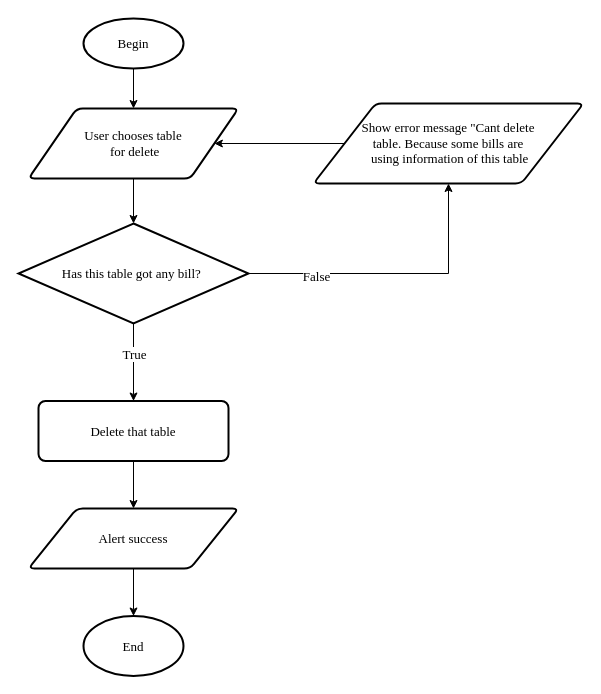
Above: page "Delete Table" (16 of 20) of document/diagram/flowchart.drawio in daomtthuan/do-an (draw.io), before the change. Source tidied: cells renumbered, new cells numbered last; positions are measured from the earlier drawing's top-left corner, leaving out a move shared by most shapes. Both pictures are drawn from the tidied source at 100%, with x=0, y=0 at pixel (18, 18).
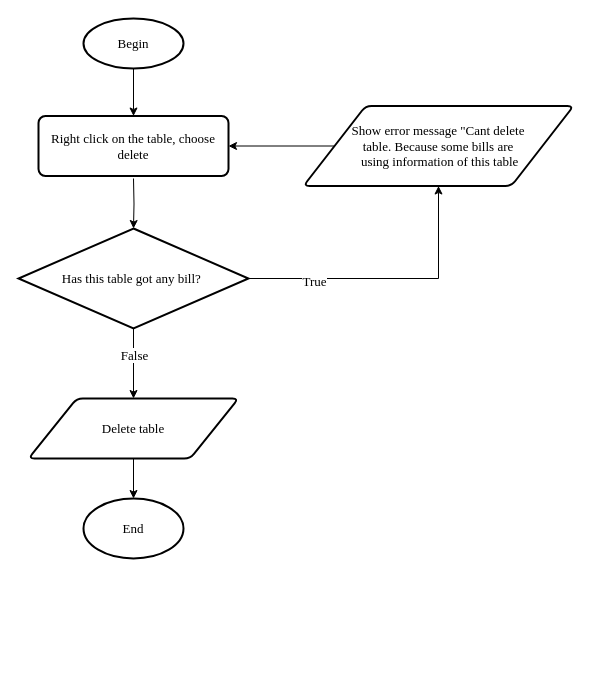
The same page after the edit.

What changed in the source:
```diff
@@
 <mxGraphModel>
   <root>
     <mxCell id="0" />
     <mxCell id="1" parent="0" />
-    <mxCell id="2" style="edgeStyle=orthogonalEdgeStyle;rounded=0;jettySize=auto;html=1;exitX=0.5;exitY=1;exitDx=0;exitDy=0;exitPerimeter=0;fontFamily=Times New Roman;fontSize=13;" parent="1" edge="1" source="3" target="5">
+    <mxCell id="2" style="edgeStyle=orthogonalEdgeStyle;rounded=0;jettySize=auto;html=1;exitX=0.5;exitY=1;exitDx=0;exitDy=0;exitPerimeter=0;fontFamily=Times New Roman;fontSize=13;entryX=0.5;entryY=0;entryDx=0;entryDy=0;" parent="1" edge="1" source="3" target="18">
       <mxGeometry relative="1" as="geometry" />
     </mxCell>
     <mxCell id="3" value="&lt;font face=&quot;Times New Roman&quot; style=&quot;font-size: 13px&quot;&gt;Begin&lt;/font&gt;" style="strokeWidth=2;html=1;shape=mxgraph.flowchart.start_1;whiteSpace=wrap;" parent="1" vertex="1">
       <mxGeometry x="65" width="100" height="50" as="geometry" />
     </mxCell>
-    <mxCell id="4" style="edgeStyle=orthogonalEdgeStyle;rounded=0;jettySize=auto;html=1;exitX=0.5;exitY=1;exitDx=0;exitDy=0;entryX=0.5;entryY=0;entryDx=0;entryDy=0;entryPerimeter=0;fontFamily=Times New Roman;fontSize=13;" parent="1" edge="1" source="5" target="10">
-      <mxGeometry relative="1" as="geometry" />
+    <mxCell id="4" style="edgeStyle=orthogonalEdgeStyle;rounded=0;jettySize=auto;html=1;exitX=0.5;exitY=1;exitDx=0;exitDy=0;entryX=0.5;entryY=0;entryDx=0;entryDy=0;entryPerimeter=0;fontFamily=Times New Roman;fontSize=13;" parent="1" edge="1" target="10">
+      <mxGeometry relative="1" as="geometry">
+        <mxPoint x="115" y="160" as="sourcePoint" />
+      </mxGeometry>
     </mxCell>
-    <mxCell id="5" value="&lt;font face=&quot;Times New Roman&quot; style=&quot;font-size: 13px&quot;&gt;User chooses table&lt;br&gt;&amp;nbsp;for delete&lt;/font&gt;" style="shape=parallelogram;html=1;strokeWidth=2;perimeter=parallelogramPerimeter;whiteSpace=wrap;rounded=1;arcSize=12;size=0.23;" parent="1" vertex="1">
-      <mxGeometry x="10" y="90" width="210" height="70" as="geometry" />
-    </mxCell>
     <mxCell id="6" style="edgeStyle=orthogonalEdgeStyle;rounded=0;jettySize=auto;html=1;exitX=1;exitY=0.5;exitDx=0;exitDy=0;exitPerimeter=0;entryX=0.5;entryY=1;entryDx=0;entryDy=0;fontFamily=Times New Roman;fontSize=13;" parent="1" edge="1" source="10" target="17">
       <mxGeometry relative="1" as="geometry" />
     </mxCell>
-    <mxCell id="7" value="False" style="text;html=1;align=center;verticalAlign=middle;labelBackgroundColor=#ffffff;fontSize=13;fontFamily=Times New Roman;" parent="6" vertex="1">
+    <mxCell id="7" value="True" style="text;html=1;align=center;verticalAlign=middle;labelBackgroundColor=#ffffff;fontSize=13;fontFamily=Times New Roman;" parent="6" vertex="1">
       <mxGeometry x="-0.54" y="-2" relative="1" as="geometry" />
     </mxCell>
-    <mxCell id="8" style="edgeStyle=orthogonalEdgeStyle;rounded=0;jettySize=auto;html=1;exitX=0.5;exitY=1;exitDx=0;exitDy=0;exitPerimeter=0;entryX=0.5;entryY=0;entryDx=0;entryDy=0;fontFamily=Times New Roman;fontSize=13;" parent="1" edge="1" source="10" target="12">
+    <mxCell id="8" style="edgeStyle=orthogonalEdgeStyle;rounded=0;jettySize=auto;html=1;exitX=0.5;exitY=1;exitDx=0;exitDy=0;exitPerimeter=0;entryX=0.5;entryY=0;entryDx=0;entryDy=0;fontFamily=Times New Roman;fontSize=13;" parent="1" edge="1" source="10" target="14">
       <mxGeometry relative="1" as="geometry" />
     </mxCell>
-    <mxCell id="9" value="True" style="text;html=1;align=center;verticalAlign=middle;labelBackgroundColor=#ffffff;fontSize=13;fontFamily=Times New Roman;" parent="8" vertex="1">
+    <mxCell id="9" value="False" style="text;html=1;align=center;verticalAlign=middle;labelBackgroundColor=#ffffff;fontSize=13;fontFamily=Times New Roman;" parent="8" vertex="1">
       <mxGeometry x="0.25" y="-1" relative="1" as="geometry">
         <mxPoint x="1" y="-18" as="offset" />
       </mxGeometry>
     </mxCell>
     <mxCell id="10" value="Has this table got any bill?&amp;nbsp;" style="strokeWidth=2;html=1;shape=mxgraph.flowchart.decision;whiteSpace=wrap;fontFamily=Times New Roman;fontSize=13;" parent="1" vertex="1">
-      <mxGeometry y="205" width="230" height="100" as="geometry" />
+      <mxGeometry y="210" width="230" height="100" as="geometry" />
     </mxCell>
-    <mxCell id="11" style="edgeStyle=orthogonalEdgeStyle;rounded=0;jettySize=auto;html=1;exitX=0.5;exitY=1;exitDx=0;exitDy=0;entryX=0.5;entryY=0;entryDx=0;entryDy=0;fontFamily=Times New Roman;fontSize=13;" parent="1" edge="1" source="12" target="14">
-      <mxGeometry relative="1" as="geometry" />
-    </mxCell>
-    <mxCell id="12" value="Delete that table" style="rounded=1;whiteSpace=wrap;html=1;absoluteArcSize=1;arcSize=14;strokeWidth=2;fontFamily=Times New Roman;fontSize=13;" parent="1" vertex="1">
-      <mxGeometry x="20" y="382.5" width="190" height="60" as="geometry" />
-    </mxCell>
     <mxCell id="13" style="edgeStyle=orthogonalEdgeStyle;rounded=0;jettySize=auto;html=1;exitX=0.5;exitY=1;exitDx=0;exitDy=0;entryX=0.5;entryY=0;entryDx=0;entryDy=0;entryPerimeter=0;fontFamily=Times New Roman;fontSize=13;" parent="1" edge="1" source="14" target="15">
       <mxGeometry relative="1" as="geometry" />
     </mxCell>
-    <mxCell id="14" value="Alert success" style="shape=parallelogram;html=1;strokeWidth=2;perimeter=parallelogramPerimeter;whiteSpace=wrap;rounded=1;arcSize=12;size=0.23;fontFamily=Times New Roman;fontSize=13;" parent="1" vertex="1">
-      <mxGeometry x="10" y="490" width="210" height="60" as="geometry" />
+    <mxCell id="14" value="Delete table" style="shape=parallelogram;html=1;strokeWidth=2;perimeter=parallelogramPerimeter;whiteSpace=wrap;rounded=1;arcSize=12;size=0.23;fontFamily=Times New Roman;fontSize=13;" parent="1" vertex="1">
+      <mxGeometry x="10" y="380" width="210" height="60" as="geometry" />
     </mxCell>
     <mxCell id="15" value="End" style="strokeWidth=2;html=1;shape=mxgraph.flowchart.start_1;whiteSpace=wrap;fontFamily=Times New Roman;fontSize=13;" parent="1" vertex="1">
-      <mxGeometry x="65" y="597.5" width="100" height="60" as="geometry" />
+      <mxGeometry x="65" y="480" width="100" height="60" as="geometry" />
     </mxCell>
-    <mxCell id="16" style="edgeStyle=orthogonalEdgeStyle;rounded=0;jettySize=auto;html=1;entryX=1;entryY=0.5;entryDx=0;entryDy=0;fontFamily=Times New Roman;fontSize=13;" parent="1" edge="1" source="17" target="5">
+    <mxCell id="16" style="edgeStyle=orthogonalEdgeStyle;rounded=0;jettySize=auto;html=1;entryX=1;entryY=0.5;entryDx=0;entryDy=0;fontFamily=Times New Roman;fontSize=13;" parent="1" edge="1" source="17" target="18">
       <mxGeometry relative="1" as="geometry" />
     </mxCell>
     <mxCell id="17" value="Show error message &quot;Cant delete &lt;br&gt;table. Because some bills are&lt;br&gt;&amp;nbsp;using information of this table" style="shape=parallelogram;html=1;strokeWidth=2;perimeter=parallelogramPerimeter;whiteSpace=wrap;rounded=1;arcSize=12;size=0.23;fontFamily=Times New Roman;fontSize=13;" parent="1" vertex="1">
-      <mxGeometry x="295" y="85" width="270" height="80" as="geometry" />
+      <mxGeometry x="285" y="87.5" width="270" height="80" as="geometry" />
     </mxCell>
+    <mxCell id="18" value="Right click on the table, choose delete" style="rounded=1;whiteSpace=wrap;html=1;absoluteArcSize=1;arcSize=14;strokeWidth=2;fontFamily=Times New Roman;fontSize=13;" parent="1" vertex="1">
+      <mxGeometry x="20" y="97.5" width="190" height="60" as="geometry" />
+    </mxCell>
   </root>
 </mxGraphModel>
```
